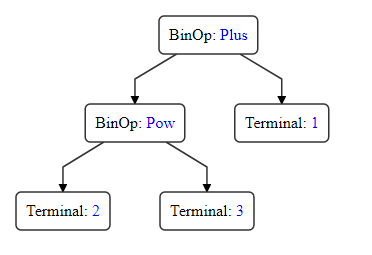
The Graphviz diagram docs/expr1.png in os12/calc, before a commit. Its source is kept beside it as docs/expr1.dot. Its diagram source:
```dot
digraph {
    node [rx=5 ry=5 ]
    BinOp [labelType="html"
       label="BinOp: <span style='color:blue;'>Plus</span>"];
    BinOp2 [labelType="html" label="BinOp: <span style='color:blue;'>Pow</span>"];
    T1 [labelType="html" label="Terminal: <span style='color:blue;'>1</span>"];
    T2 [labelType="html" label="Terminal: <span style='color:blue;'>2</span>"];
    T3 [labelType="html" label="Terminal: <span style='color:blue;'>3</span>"];
    BinOp -> BinOp2;
    BinOp -> T1;
    BinOp2 -> T2;
    BinOp2 -> T3;
}

```
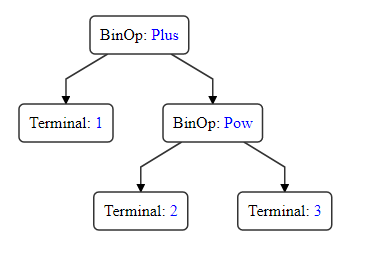
Above is the later version.

Diff of the diagram source:
```diff
@@ -2,13 +2,11 @@
     node [rx=5 ry=5 ]
     BinOp [labelType="html"
        label="BinOp: <span style='color:blue;'>Plus</span>"];
+    T1 [labelType="html" label="Terminal: <span style='color:blue;'>1</span>"];
     BinOp2 [labelType="html" label="BinOp: <span style='color:blue;'>Pow</span>"];
-    T1 [labelType="html" label="Terminal: <span style='color:blue;'>1</span>"];
     T2 [labelType="html" label="Terminal: <span style='color:blue;'>2</span>"];
     T3 [labelType="html" label="Terminal: <span style='color:blue;'>3</span>"];
-    BinOp -> BinOp2;
+    BinOp -> BinOp2 -> T2;
     BinOp -> T1;
-    BinOp2 -> T2;
     BinOp2 -> T3;
 }
-
```
